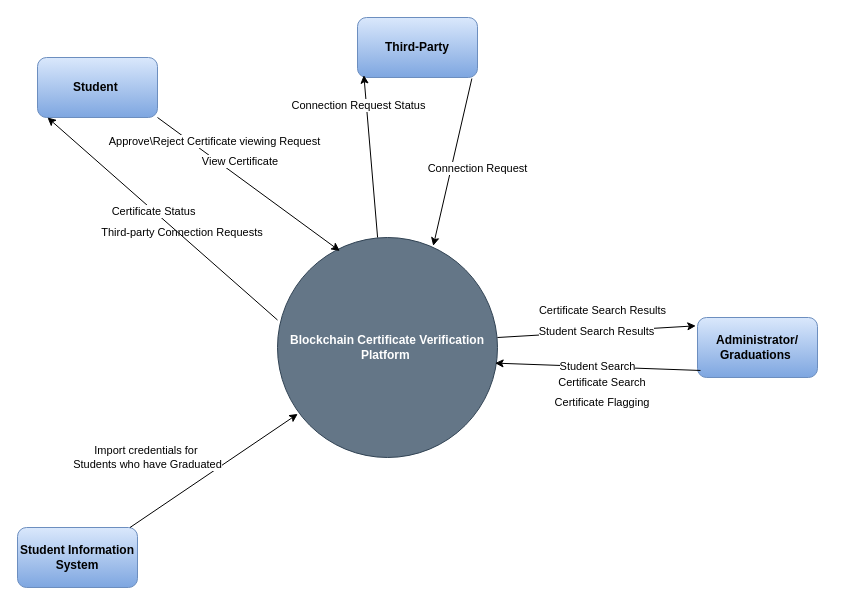
The draw.io diagram BlockChainContext.drawio in SifisoMzansi/architecture-diagrams, before the edit. Source tidied: cells renumbered, new cells numbered last; positions are measured from the earlier drawing's top-left corner, leaving out a move shared by most shapes. Both pictures are drawn from the tidied source at 100%, with x=0, y=0 at pixel (17, 17).
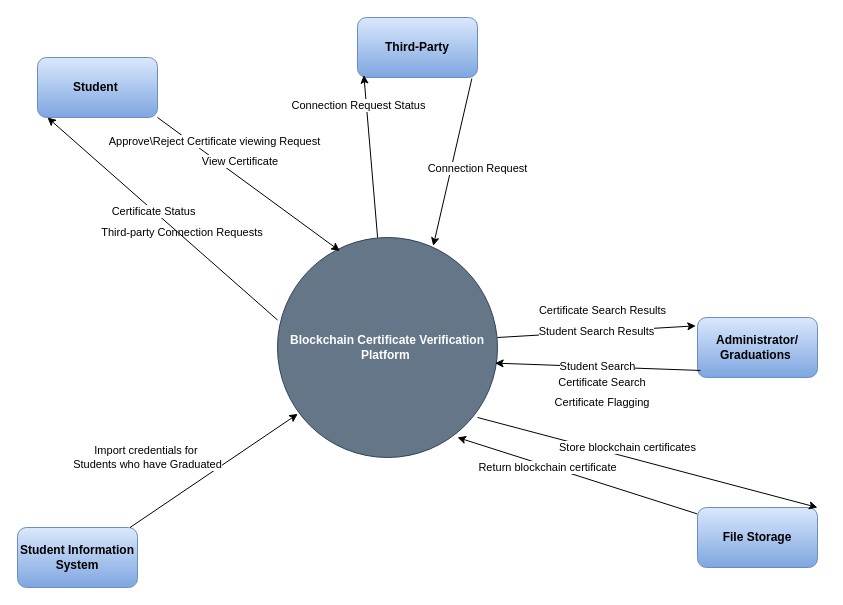
The same diagram, later.

The change refers to these unchanged cells:
```xml
<mxCell id="2" value="&lt;b&gt;Blockchain Certificate Verification Platform&amp;nbsp;&lt;/b&gt;" style="ellipse;whiteSpace=wrap;html=1;fillColor=#647687;strokeColor=#314354;fontColor=#ffffff;" parent="1" vertex="1">
  <mxGeometry x="260" y="220" width="220" height="220" as="geometry" />
</mxCell>
```

Change to the diagram source:
```diff
@@
+    <mxCell id="25" value="&lt;b&gt;File Storage&lt;/b&gt;" style="rounded=1;whiteSpace=wrap;html=1;fillColor=#dae8fc;gradientColor=#7ea6e0;strokeColor=#6c8ebf;" parent="1" vertex="1">
+      <mxGeometry x="680" y="490" width="120" height="60" as="geometry" />
+    </mxCell>
+    <mxCell id="26" style="endArrow=classic;html=1;rounded=0;exitX=0.909;exitY=0.818;exitDx=0;exitDy=0;exitPerimeter=0;entryX=1;entryY=0;entryDx=0;entryDy=0;" parent="1" edge="1" source="2" target="25">
+      <mxGeometry relative="1" as="geometry" />
+    </mxCell>
+    <mxCell id="27" value="Store blockchain certificates" style="edgeLabel;html=1;align=center;verticalAlign=middle;" parent="26" vertex="1">
+      <mxGeometry x="-0.03" y="2" relative="1" as="geometry">
+        <mxPoint x="-16" y="-12" as="offset" />
+      </mxGeometry>
+    </mxCell>
+    <mxCell id="28" style="endArrow=classic;html=1;rounded=0;exitX=-0.003;exitY=0.106;exitDx=0;exitDy=0;entryX=0.818;entryY=0.909;entryDx=0;entryDy=0;entryPerimeter=0;exitPerimeter=0;" parent="1" edge="1" source="25" target="2">
+      <mxGeometry relative="1" as="geometry" />
+    </mxCell>
+    <mxCell id="29" value="Return blockchain certificate" style="edgeLabel;html=1;align=center;verticalAlign=middle;" parent="28" vertex="1">
+      <mxGeometry x="0.25" y="1" relative="1" as="geometry" />
+    </mxCell>
```
